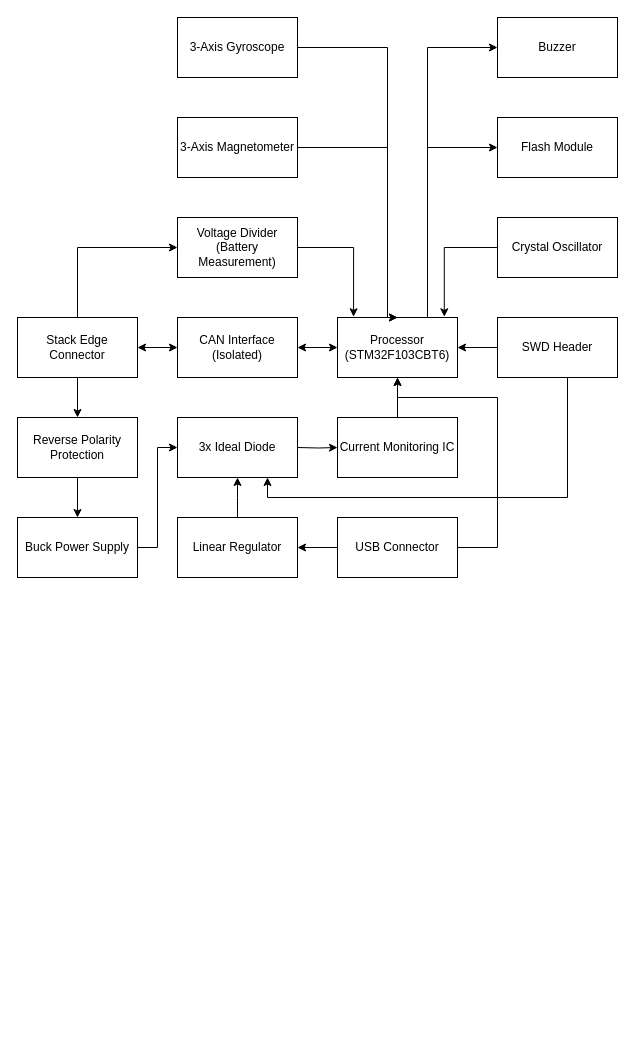
Before: Diagrams/Sensors_Module_Diagram.drawio in Queens-Rocket-Engineering-Team/Avionics-23-25, a draw.io diagram. Source tidied: cells renumbered, new cells numbered last; positions are measured from the earlier drawing's top-left corner, leaving out a move shared by most shapes. Both pictures are drawn from the tidied source at 100%, with x=0, y=0 at pixel (17, 17).
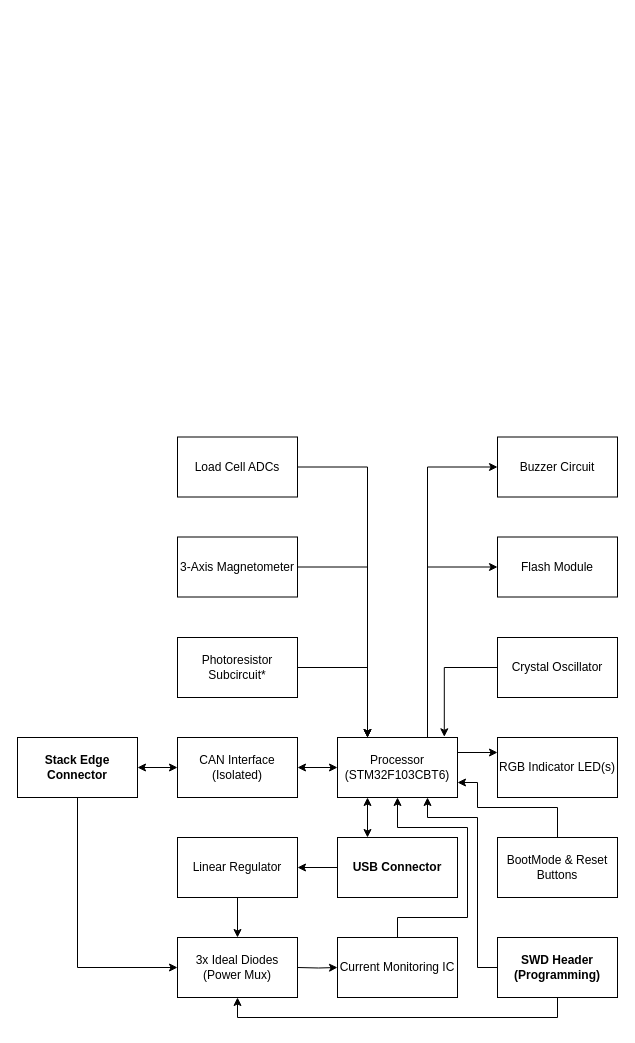
Above is the later version.

What changed in the source:
```diff
@@
-    <mxCell id="2" style="edgeStyle=orthogonalEdgeStyle;rounded=0;jettySize=auto;html=1;startArrow=classic;startFill=1;" parent="1" edge="1" source="5" target="10">
-      <mxGeometry relative="1" as="geometry" />
-    </mxCell>
-    <mxCell id="3" style="edgeStyle=orthogonalEdgeStyle;rounded=0;jettySize=auto;html=1;entryX=0;entryY=0.5;entryDx=0;entryDy=0;" parent="1" edge="1" source="5" target="27">
-      <mxGeometry relative="1" as="geometry">
-        <Array as="points">
-          <mxPoint x="60" y="230" />
-        </Array>
-      </mxGeometry>
-    </mxCell>
-    <mxCell id="4" style="edgeStyle=orthogonalEdgeStyle;rounded=0;jettySize=auto;html=1;" parent="1" edge="1" source="5" target="30">
-      <mxGeometry relative="1" as="geometry" />
-    </mxCell>
-    <mxCell id="5" value="&lt;div&gt;Stack Edge Connector&lt;/div&gt;" style="whiteSpace=wrap;html=1;" parent="1" vertex="1">
-      <mxGeometry y="300" width="120" height="60" as="geometry" />
-    </mxCell>
-    <mxCell id="6" style="edgeStyle=orthogonalEdgeStyle;rounded=0;jettySize=auto;html=1;exitX=0.75;exitY=0;exitDx=0;exitDy=0;entryX=0;entryY=0.5;entryDx=0;entryDy=0;" parent="1" edge="1" source="8" target="32">
-      <mxGeometry relative="1" as="geometry" />
-    </mxCell>
-    <mxCell id="7" style="edgeStyle=orthogonalEdgeStyle;rounded=0;jettySize=auto;html=1;exitX=0.75;exitY=0;exitDx=0;exitDy=0;entryX=0;entryY=0.5;entryDx=0;entryDy=0;" parent="1" edge="1" source="8" target="31">
-      <mxGeometry relative="1" as="geometry" />
-    </mxCell>
-    <mxCell id="8" value="Processor&lt;br&gt;(STM32F103CBT6)" style="whiteSpace=wrap;html=1;" parent="1" vertex="1">
-      <mxGeometry x="320" y="300" width="120" height="60" as="geometry" />
-    </mxCell>
-    <mxCell id="9" style="edgeStyle=orthogonalEdgeStyle;rounded=0;jettySize=auto;html=1;startArrow=classic;startFill=1;" parent="1" edge="1" source="10" target="8">
-      <mxGeometry relative="1" as="geometry" />
-    </mxCell>
-    <mxCell id="10" value="CAN Interface (Isolated)" style="whiteSpace=wrap;html=1;" parent="1" vertex="1">
-      <mxGeometry x="160" y="300" width="120" height="60" as="geometry" />
-    </mxCell>
-    <mxCell id="11" style="edgeStyle=orthogonalEdgeStyle;rounded=0;jettySize=auto;html=1;" parent="1" edge="1" source="12">
-      <mxGeometry relative="1" as="geometry">
-        <mxPoint x="160" y="430" as="targetPoint" />
-        <Array as="points">
-          <mxPoint x="140" y="530" />
-          <mxPoint x="140" y="430" />
-        </Array>
-      </mxGeometry>
-    </mxCell>
-    <mxCell id="12" value="Buck Power Supply" style="whiteSpace=wrap;html=1;" parent="1" vertex="1">
-      <mxGeometry y="500" width="120" height="60" as="geometry" />
-    </mxCell>
-    <mxCell id="13" style="edgeStyle=orthogonalEdgeStyle;rounded=0;jettySize=auto;html=1;" parent="1" edge="1" source="14" target="8">
-      <mxGeometry relative="1" as="geometry" />
-    </mxCell>
-    <mxCell id="14" value="&lt;div&gt;Current Monitoring IC&lt;br&gt;&lt;/div&gt;" style="whiteSpace=wrap;html=1;" parent="1" vertex="1">
-      <mxGeometry x="320" y="400" width="120" height="60" as="geometry" />
-    </mxCell>
-    <mxCell id="15" style="edgeStyle=orthogonalEdgeStyle;rounded=0;jettySize=auto;html=1;" parent="1" edge="1" target="14">
-      <mxGeometry relative="1" as="geometry">
-        <mxPoint x="280" y="430" as="sourcePoint" />
-      </mxGeometry>
-    </mxCell>
-    <mxCell id="16" style="edgeStyle=orthogonalEdgeStyle;rounded=0;jettySize=auto;html=1;" parent="1" edge="1" source="18" target="8">
-      <mxGeometry relative="1" as="geometry">
-        <Array as="points">
-          <mxPoint x="480" y="530" />
-          <mxPoint x="480" y="380" />
-          <mxPoint x="380" y="380" />
-        </Array>
-      </mxGeometry>
-    </mxCell>
-    <mxCell id="17" style="edgeStyle=orthogonalEdgeStyle;rounded=0;jettySize=auto;html=1;" parent="1" edge="1" source="18" target="25">
-      <mxGeometry relative="1" as="geometry" />
-    </mxCell>
-    <mxCell id="18" value="USB Connector" style="whiteSpace=wrap;html=1;" parent="1" vertex="1">
-      <mxGeometry x="320" y="500" width="120" height="60" as="geometry" />
-    </mxCell>
-    <mxCell id="19" style="edgeStyle=orthogonalEdgeStyle;rounded=0;jettySize=auto;html=1;" parent="1" edge="1" source="21" target="8">
-      <mxGeometry relative="1" as="geometry" />
-    </mxCell>
-    <mxCell id="20" style="edgeStyle=orthogonalEdgeStyle;rounded=0;jettySize=auto;html=1;entryX=0.75;entryY=1;entryDx=0;entryDy=0;" parent="1" edge="1" source="21" target="28">
-      <mxGeometry relative="1" as="geometry">
-        <Array as="points">
-          <mxPoint x="550" y="480" />
-          <mxPoint x="250" y="480" />
-        </Array>
-      </mxGeometry>
-    </mxCell>
-    <mxCell id="21" value="&lt;div&gt;SWD Header&lt;/div&gt;" style="whiteSpace=wrap;html=1;" parent="1" vertex="1">
-      <mxGeometry x="480" y="300" width="120" height="60" as="geometry" />
-    </mxCell>
-    <mxCell id="22" style="edgeStyle=orthogonalEdgeStyle;rounded=0;jettySize=auto;html=1;entryX=0.89;entryY=-0.012;entryDx=0;entryDy=0;entryPerimeter=0;" parent="1" edge="1" source="23" target="8">
-      <mxGeometry relative="1" as="geometry" />
-    </mxCell>
-    <mxCell id="23" value="Crystal Oscillator" style="whiteSpace=wrap;html=1;" parent="1" vertex="1">
-      <mxGeometry x="480" y="200" width="120" height="60" as="geometry" />
-    </mxCell>
-    <mxCell id="24" style="edgeStyle=orthogonalEdgeStyle;rounded=0;jettySize=auto;html=1;" parent="1" edge="1" source="25">
-      <mxGeometry relative="1" as="geometry">
-        <mxPoint x="220" y="460" as="targetPoint" />
-      </mxGeometry>
-    </mxCell>
-    <mxCell id="25" value="Linear Regulator" style="whiteSpace=wrap;html=1;" parent="1" vertex="1">
-      <mxGeometry x="160" y="500" width="120" height="60" as="geometry" />
-    </mxCell>
-    <mxCell id="26" style="edgeStyle=orthogonalEdgeStyle;rounded=0;jettySize=auto;html=1;entryX=0.134;entryY=-0.012;entryDx=0;entryDy=0;entryPerimeter=0;" parent="1" edge="1" source="27" target="8">
-      <mxGeometry relative="1" as="geometry" />
-    </mxCell>
-    <mxCell id="27" value="&lt;div&gt;Voltage Divider (Battery Measurement)&lt;br&gt;&lt;/div&gt;" style="whiteSpace=wrap;html=1;" parent="1" vertex="1">
-      <mxGeometry x="160" y="200" width="120" height="60" as="geometry" />
-    </mxCell>
-    <mxCell id="28" value="3x Ideal Diode" style="whiteSpace=wrap;html=1;" parent="1" vertex="1">
-      <mxGeometry x="160" y="400" width="120" height="60" as="geometry" />
-    </mxCell>
-    <mxCell id="29" style="edgeStyle=orthogonalEdgeStyle;rounded=0;jettySize=auto;html=1;" parent="1" edge="1" source="30" target="12">
-      <mxGeometry relative="1" as="geometry" />
-    </mxCell>
-    <mxCell id="30" value="Reverse Polarity Protection" style="whiteSpace=wrap;html=1;" parent="1" vertex="1">
-      <mxGeometry y="400" width="120" height="60" as="geometry" />
-    </mxCell>
     <mxCell id="31" value="Flash Module" style="whiteSpace=wrap;html=1;" parent="1" vertex="1">
-      <mxGeometry x="480" y="100" width="120" height="60" as="geometry" />
+      <mxGeometry x="480" y="519.5" width="120" height="60" as="geometry" />
     </mxCell>
-    <mxCell id="32" value="Buzzer" style="whiteSpace=wrap;html=1;" parent="1" vertex="1">
-      <mxGeometry x="480" width="120" height="60" as="geometry" />
+    <mxCell id="32" value="Buzzer Circuit" style="whiteSpace=wrap;html=1;" parent="1" vertex="1">
+      <mxGeometry x="480" y="419.5" width="120" height="60" as="geometry" />
     </mxCell>
-    <mxCell id="33" style="edgeStyle=orthogonalEdgeStyle;rounded=0;jettySize=auto;html=1;entryX=0.5;entryY=0;entryDx=0;entryDy=0;" parent="1" edge="1" source="34" target="8">
-      <mxGeometry relative="1" as="geometry">
-        <Array as="points">
-          <mxPoint x="370" y="130" />
-          <mxPoint x="370" y="300" />
-        </Array>
-      </mxGeometry>
+    <mxCell id="33" style="edgeStyle=orthogonalEdgeStyle;rounded=0;jettySize=auto;html=1;entryX=0.25;entryY=0;entryDx=0;entryDy=0;" parent="1" edge="1" source="34" target="8">
+      <mxGeometry relative="1" as="geometry" />
     </mxCell>
     <mxCell id="34" value="3-Axis Magnetometer" style="whiteSpace=wrap;html=1;" parent="1" vertex="1">
-      <mxGeometry x="160" y="100" width="120" height="60" as="geometry" />
+      <mxGeometry x="160" y="519.5" width="120" height="60" as="geometry" />
     </mxCell>
-    <mxCell id="35" style="edgeStyle=orthogonalEdgeStyle;rounded=0;jettySize=auto;html=1;entryX=0.5;entryY=0;entryDx=0;entryDy=0;" parent="1" edge="1" source="36" target="8">
-      <mxGeometry relative="1" as="geometry">
-        <Array as="points">
-          <mxPoint x="370" y="30" />
-          <mxPoint x="370" y="300" />
-        </Array>
-      </mxGeometry>
+    <mxCell id="35" style="edgeStyle=orthogonalEdgeStyle;rounded=0;jettySize=auto;html=1;entryX=0.25;entryY=0;entryDx=0;entryDy=0;" parent="1" edge="1" source="36" target="8">
+      <mxGeometry relative="1" as="geometry" />
     </mxCell>
-    <mxCell id="36" value="3-Axis Gyroscope" style="whiteSpace=wrap;html=1;" parent="1" vertex="1">
-      <mxGeometry x="160" width="120" height="60" as="geometry" />
+    <mxCell id="36" value="Load Cell ADCs" style="whiteSpace=wrap;html=1;" parent="1" vertex="1">
+      <mxGeometry x="160" y="419.5" width="120" height="60" as="geometry" />
     </mxCell>
+    <mxCell id="2" style="edgeStyle=orthogonalEdgeStyle;rounded=0;jettySize=auto;html=1;startArrow=classic;startFill=1;" parent="1" edge="1" source="5" target="10">
+      <mxGeometry relative="1" as="geometry" />
+    </mxCell>
+    <mxCell id="5" value="&lt;div&gt;Stack Edge Connector&lt;/div&gt;" style="whiteSpace=wrap;html=1;fontStyle=1;" parent="1" vertex="1">
+      <mxGeometry y="720" width="120" height="60" as="geometry" />
+    </mxCell>
+    <mxCell id="7" style="edgeStyle=orthogonalEdgeStyle;rounded=0;jettySize=auto;html=1;exitX=0.75;exitY=0;exitDx=0;exitDy=0;entryX=0;entryY=0.5;entryDx=0;entryDy=0;" parent="1" edge="1" source="8" target="31">
+      <mxGeometry relative="1" as="geometry" />
+    </mxCell>
+    <mxCell id="6" style="edgeStyle=orthogonalEdgeStyle;rounded=0;jettySize=auto;html=1;exitX=0.75;exitY=0;exitDx=0;exitDy=0;entryX=0;entryY=0.5;entryDx=0;entryDy=0;" parent="1" edge="1" source="8" target="32">
+      <mxGeometry relative="1" as="geometry" />
+    </mxCell>
+    <mxCell id="8" value="Processor&lt;br&gt;(STM32F103CBT6)" style="whiteSpace=wrap;html=1;" parent="1" vertex="1">
+      <mxGeometry x="320" y="720" width="120" height="60" as="geometry" />
+    </mxCell>
+    <mxCell id="9" style="edgeStyle=orthogonalEdgeStyle;rounded=0;jettySize=auto;html=1;startArrow=classic;startFill=1;" parent="1" edge="1" source="10" target="8">
+      <mxGeometry relative="1" as="geometry" />
+    </mxCell>
+    <mxCell id="10" value="CAN Interface (Isolated)" style="whiteSpace=wrap;html=1;" parent="1" vertex="1">
+      <mxGeometry x="160" y="720" width="120" height="60" as="geometry" />
+    </mxCell>
+    <mxCell id="22" style="edgeStyle=orthogonalEdgeStyle;rounded=0;jettySize=auto;html=1;entryX=0.89;entryY=-0.012;entryDx=0;entryDy=0;entryPerimeter=0;" parent="1" edge="1" source="23" target="8">
+      <mxGeometry relative="1" as="geometry" />
+    </mxCell>
+    <mxCell id="23" value="Crystal Oscillator" style="whiteSpace=wrap;html=1;" parent="1" vertex="1">
+      <mxGeometry x="480" y="620" width="120" height="60" as="geometry" />
+    </mxCell>
+    <mxCell id="37" style="edgeStyle=orthogonalEdgeStyle;rounded=0;jettySize=auto;html=1;entryX=0;entryY=0.5;entryDx=0;entryDy=0;exitX=0.5;exitY=1;exitDx=0;exitDy=0;" parent="1" edge="1" source="5" target="44">
+      <mxGeometry relative="1" as="geometry">
+        <Array as="points">
+          <mxPoint x="60" y="950" />
+        </Array>
+      </mxGeometry>
+    </mxCell>
+    <mxCell id="38" style="edgeStyle=orthogonalEdgeStyle;rounded=0;jettySize=auto;html=1;exitX=1;exitY=0.25;exitDx=0;exitDy=0;entryX=0;entryY=0.25;entryDx=0;entryDy=0;" parent="1" edge="1" source="8" target="45">
+      <mxGeometry relative="1" as="geometry" />
+    </mxCell>
+    <mxCell id="13" style="edgeStyle=orthogonalEdgeStyle;rounded=0;jettySize=auto;html=1;exitX=0.5;exitY=0;exitDx=0;exitDy=0;entryX=0.5;entryY=1;entryDx=0;entryDy=0;" parent="1" edge="1" source="14" target="8">
+      <mxGeometry relative="1" as="geometry">
+        <Array as="points">
+          <mxPoint x="380" y="900" />
+          <mxPoint x="450" y="900" />
+          <mxPoint x="450" y="810" />
+          <mxPoint x="380" y="810" />
+        </Array>
+      </mxGeometry>
+    </mxCell>
+    <mxCell id="14" value="&lt;div&gt;Current Monitoring IC&lt;br&gt;&lt;/div&gt;" style="whiteSpace=wrap;html=1;" parent="1" vertex="1">
+      <mxGeometry x="320" y="920" width="120" height="60" as="geometry" />
+    </mxCell>
+    <mxCell id="39" style="edgeStyle=orthogonalEdgeStyle;rounded=0;jettySize=auto;html=1;" parent="1" edge="1" target="14">
+      <mxGeometry relative="1" as="geometry">
+        <mxPoint x="280" y="950" as="sourcePoint" />
+      </mxGeometry>
+    </mxCell>
+    <mxCell id="17" style="edgeStyle=orthogonalEdgeStyle;rounded=0;jettySize=auto;html=1;" parent="1" edge="1" source="18" target="25">
+      <mxGeometry relative="1" as="geometry" />
+    </mxCell>
+    <mxCell id="16" style="edgeStyle=orthogonalEdgeStyle;rounded=0;jettySize=auto;html=1;exitX=0.25;exitY=0;exitDx=0;exitDy=0;entryX=0.25;entryY=1;entryDx=0;entryDy=0;startArrow=classic;startFill=1;" parent="1" edge="1" source="18" target="8">
+      <mxGeometry relative="1" as="geometry" />
+    </mxCell>
+    <mxCell id="18" value="USB Connector" style="whiteSpace=wrap;html=1;fontStyle=1;" parent="1" vertex="1">
+      <mxGeometry x="320" y="820" width="120" height="60" as="geometry" />
+    </mxCell>
+    <mxCell id="40" style="edgeStyle=orthogonalEdgeStyle;rounded=0;jettySize=auto;html=1;entryX=0.75;entryY=1;entryDx=0;entryDy=0;" parent="1" edge="1" source="42" target="8">
+      <mxGeometry relative="1" as="geometry">
+        <Array as="points">
+          <mxPoint x="460" y="950" />
+          <mxPoint x="460" y="800" />
+          <mxPoint x="410" y="800" />
+        </Array>
+      </mxGeometry>
+    </mxCell>
+    <mxCell id="41" style="edgeStyle=orthogonalEdgeStyle;rounded=0;jettySize=auto;html=1;entryX=0.5;entryY=1;entryDx=0;entryDy=0;" parent="1" edge="1" source="42" target="44">
+      <mxGeometry relative="1" as="geometry">
+        <Array as="points">
+          <mxPoint x="540" y="1000" />
+          <mxPoint x="220" y="1000" />
+        </Array>
+      </mxGeometry>
+    </mxCell>
+    <mxCell id="42" value="&lt;div&gt;SWD Header&lt;/div&gt;&lt;div&gt;(Programming)&lt;/div&gt;" style="whiteSpace=wrap;html=1;fontStyle=1;" parent="1" vertex="1">
+      <mxGeometry x="480" y="920" width="120" height="60" as="geometry" />
+    </mxCell>
+    <mxCell id="43" style="edgeStyle=orthogonalEdgeStyle;rounded=0;jettySize=auto;html=1;" parent="1" edge="1" source="25" target="44">
+      <mxGeometry relative="1" as="geometry" />
+    </mxCell>
+    <mxCell id="25" value="Linear Regulator" style="whiteSpace=wrap;html=1;" parent="1" vertex="1">
+      <mxGeometry x="160" y="820" width="120" height="60" as="geometry" />
+    </mxCell>
+    <mxCell id="44" value="&lt;div&gt;3x Ideal Diodes&lt;/div&gt;&lt;div&gt;(Power Mux)&lt;/div&gt;" style="whiteSpace=wrap;html=1;" parent="1" vertex="1">
+      <mxGeometry x="160" y="920" width="120" height="60" as="geometry" />
+    </mxCell>
+    <mxCell id="45" value="RGB Indicator LED(s)" style="whiteSpace=wrap;html=1;" parent="1" vertex="1">
+      <mxGeometry x="480" y="720" width="120" height="60" as="geometry" />
+    </mxCell>
+    <mxCell id="46" style="edgeStyle=orthogonalEdgeStyle;rounded=0;jettySize=auto;html=1;exitX=0.5;exitY=0;exitDx=0;exitDy=0;entryX=1;entryY=0.75;entryDx=0;entryDy=0;" parent="1" edge="1" source="47" target="8">
+      <mxGeometry relative="1" as="geometry">
+        <Array as="points">
+          <mxPoint x="540" y="790" />
+          <mxPoint x="460" y="790" />
+          <mxPoint x="460" y="765" />
+        </Array>
+      </mxGeometry>
+    </mxCell>
+    <mxCell id="47" value="&lt;div&gt;BootMode &amp;amp; Reset&lt;/div&gt;&lt;div&gt;Buttons&lt;br&gt;&lt;/div&gt;" style="whiteSpace=wrap;html=1;" parent="1" vertex="1">
+      <mxGeometry x="480" y="820" width="120" height="60" as="geometry" />
+    </mxCell>
+    <mxCell id="48" style="edgeStyle=orthogonalEdgeStyle;rounded=0;jettySize=auto;html=1;entryX=0.25;entryY=0;entryDx=0;entryDy=0;" parent="1" edge="1" source="49" target="8">
+      <mxGeometry relative="1" as="geometry" />
+    </mxCell>
+    <mxCell id="49" value="Photoresistor&lt;br&gt;Subcircuit*" style="whiteSpace=wrap;html=1;" parent="1" vertex="1">
+      <mxGeometry x="160" y="620" width="120" height="60" as="geometry" />
+    </mxCell>
```
